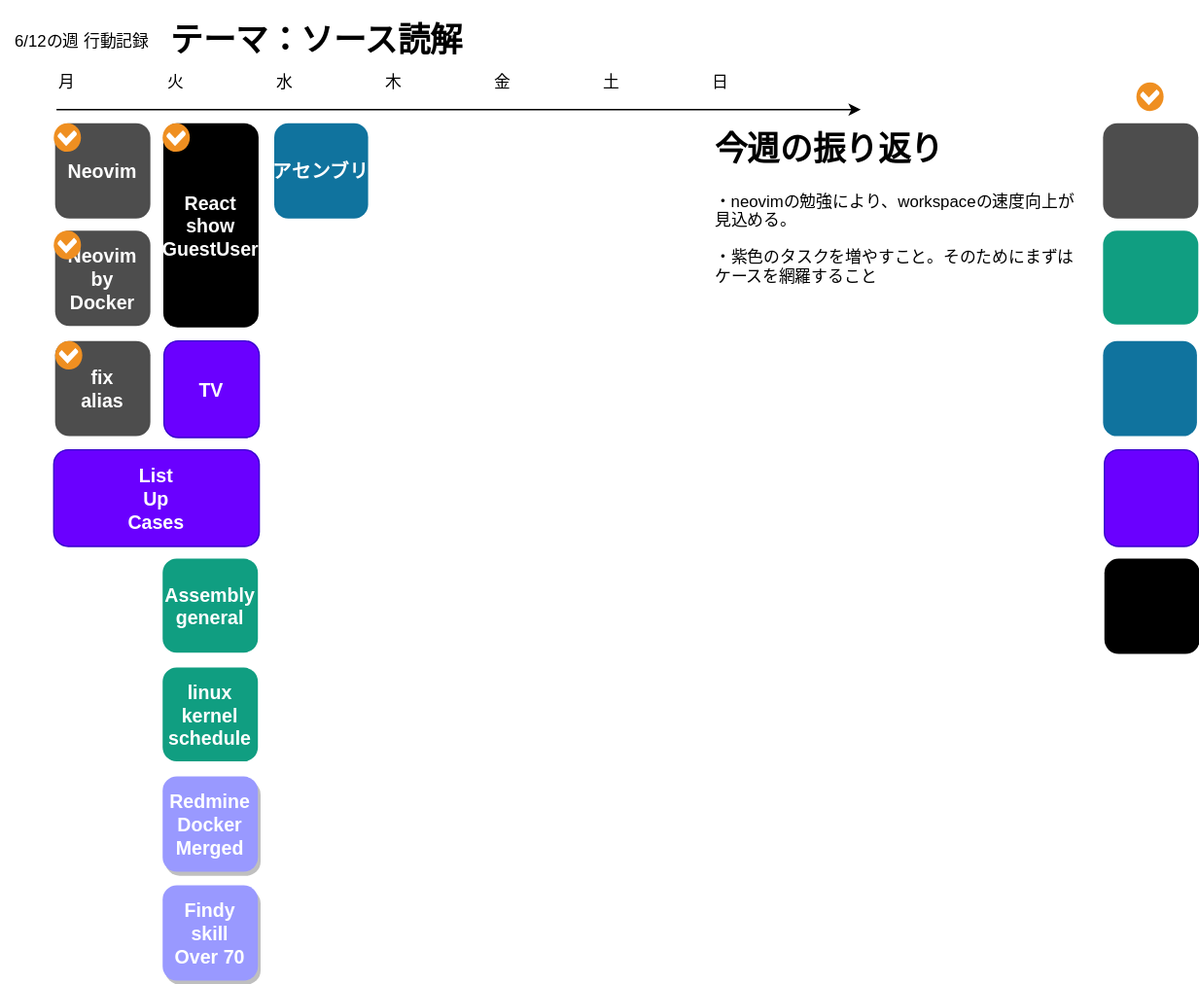
Before: 人生設計-20230703.drawio.svg, a diagram exported from draw.io (minegishirei/draw_v1). Source tidied: cells renumbered, new cells last; positions are measured from the earlier drawing's top-left corner, leaving out a move shared by most shapes.
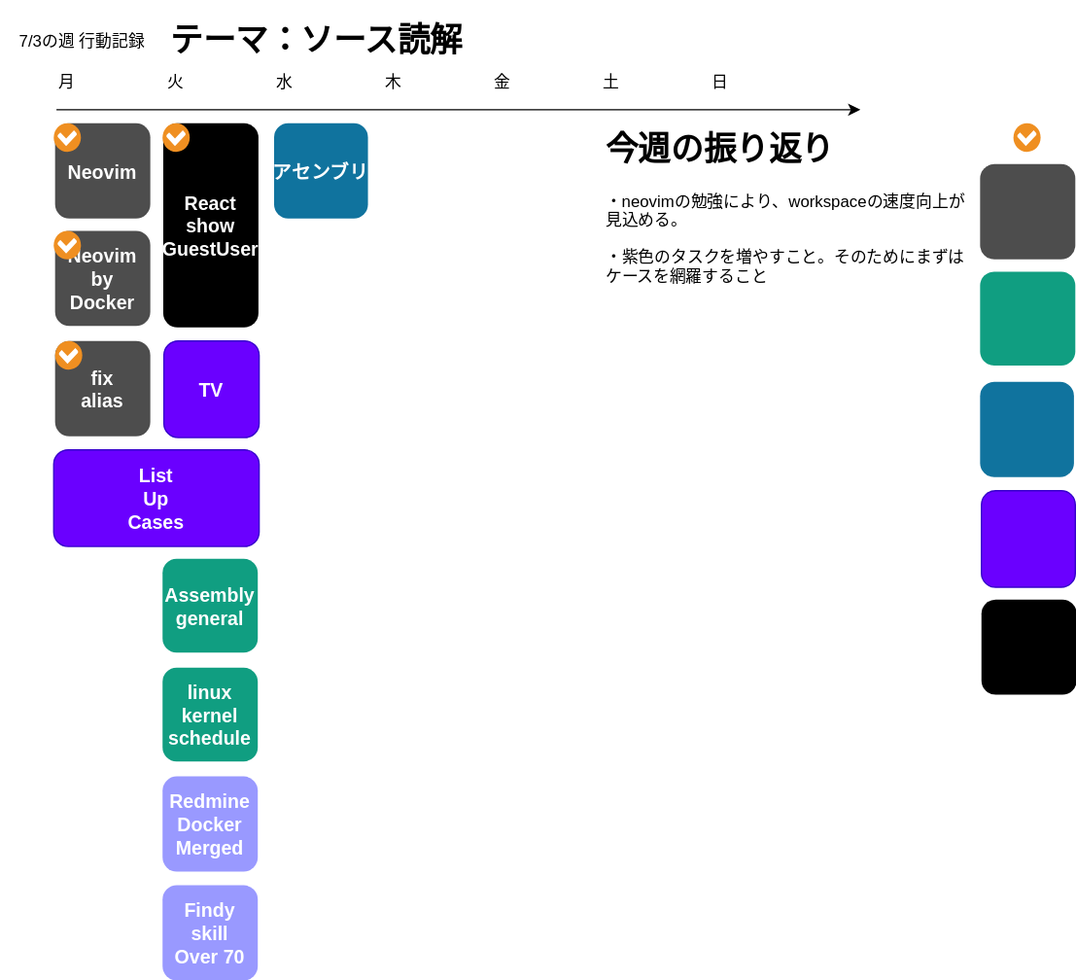
Later version of the same file.

Commit message:
人生設計-20230703.drawio.svg を追加しました。

Change to the diagram source:
```diff
@@ -23,7 +23,7 @@
     <mxCell id="8" value="月" style="text;html=1;strokeColor=none;fillColor=none;align=center;verticalAlign=middle;whiteSpace=wrap;rounded=0;shadow=0;" parent="1" vertex="1">
       <mxGeometry x="19" y="35" width="60" height="30" as="geometry" />
     </mxCell>
-    <mxCell id="9" value="6/12の週 行動記録" style="text;html=1;strokeColor=none;fillColor=none;align=center;verticalAlign=middle;whiteSpace=wrap;rounded=0;shadow=0;" parent="1" vertex="1">
+    <mxCell id="9" value="7/3の週 行動記録" style="text;html=1;strokeColor=none;fillColor=none;align=center;verticalAlign=middle;whiteSpace=wrap;rounded=0;shadow=0;" parent="1" vertex="1">
       <mxGeometry y="5" width="120" height="30" as="geometry" />
     </mxCell>
     <mxCell id="10" value="&lt;h1&gt;テーマ：ソース読解&lt;/h1&gt;" style="text;html=1;strokeColor=none;fillColor=none;spacing=5;spacingTop=-20;whiteSpace=wrap;overflow=hidden;rounded=0;shadow=0;" parent="1" vertex="1">
@@ -36,22 +36,22 @@
       </mxGeometry>
     </mxCell>
     <mxCell id="12" value="&lt;h1&gt;今週の振り返り&lt;/h1&gt;&lt;p&gt;・neovimの勉強により、workspaceの速度向上が見込める。&lt;br&gt;&lt;/p&gt;&lt;p&gt;・紫色のタスクを増やすこと。そのためにまずはケースを網羅すること&lt;/p&gt;" style="text;html=1;strokeColor=none;fillColor=none;spacing=5;spacingTop=-20;whiteSpace=wrap;overflow=hidden;rounded=0;shadow=0;" parent="1" vertex="1">
-      <mxGeometry x="520" y="80" width="280" height="190" as="geometry" />
+      <mxGeometry x="440" y="80" width="280" height="190" as="geometry" />
     </mxCell>
     <mxCell id="13" style="rounded=1;fillColor=#10739E;strokeColor=none;shadow=0;gradientColor=none;fontStyle=1;fontColor=#FFFFFF;fontSize=14;" parent="1" vertex="1">
-      <mxGeometry x="810" y="240" width="69" height="70" as="geometry" />
+      <mxGeometry x="720" y="270" width="69" height="70" as="geometry" />
     </mxCell>
     <mxCell id="14" style="rounded=1;fillColor=#109e81;strokeColor=none;shadow=0;gradientColor=none;fontStyle=1;fontColor=#FFFFFF;fontSize=14;" parent="1" vertex="1">
-      <mxGeometry x="810" y="159" width="70" height="69" as="geometry" />
+      <mxGeometry x="720" y="189" width="70" height="69" as="geometry" />
     </mxCell>
     <mxCell id="15" style="rounded=1;fillColor=#4D4D4D;strokeColor=none;shadow=0;gradientColor=none;fontStyle=1;fontColor=#FFFFFF;fontSize=14;" parent="1" vertex="1">
-      <mxGeometry x="810" y="80" width="70" height="70" as="geometry" />
+      <mxGeometry x="720" y="110" width="70" height="70" as="geometry" />
     </mxCell>
     <mxCell id="16" style="shadow=0;dashed=0;html=1;strokeColor=none;fillColor=#EF8F21;labelPosition=center;verticalLabelPosition=bottom;verticalAlign=top;align=center;shape=mxgraph.veeam.checked;" parent="1" vertex="1">
-      <mxGeometry x="834.5" y="50" width="20" height="21" as="geometry" />
+      <mxGeometry x="744.5" y="80" width="20" height="21" as="geometry" />
     </mxCell>
     <mxCell id="17" style="rounded=1;fillColor=#6a00ff;strokeColor=#3700CC;shadow=0;fontStyle=1;fontColor=#ffffff;fontSize=14;" parent="1" vertex="1">
-      <mxGeometry x="811" y="320" width="69" height="71" as="geometry" />
+      <mxGeometry x="721" y="350" width="69" height="71" as="geometry" />
     </mxCell>
     <mxCell id="18" value="Neovim" style="rounded=1;fillColor=#4D4D4D;strokeColor=none;shadow=0;gradientColor=none;fontStyle=1;fontColor=#FFFFFF;fontSize=14;" parent="1" vertex="1">
       <mxGeometry x="40" y="80" width="70" height="70" as="geometry" />
@@ -75,7 +75,7 @@
       <mxGeometry x="39" y="320" width="151" height="71" as="geometry" />
     </mxCell>
     <mxCell id="25" style="rounded=1;fillColor=#000000;strokeColor=none;shadow=0;gradientColor=none;fontStyle=1;fontColor=#FFFFFF;fontSize=14;" parent="1" vertex="1">
-      <mxGeometry x="811" y="400" width="70" height="70" as="geometry" />
+      <mxGeometry x="721" y="430" width="70" height="70" as="geometry" />
     </mxCell>
     <mxCell id="26" value="React&#10;show&#10;GuestUser" style="rounded=1;fillColor=#000000;strokeColor=none;shadow=0;gradientColor=none;fontStyle=1;fontColor=#FFFFFF;fontSize=14;" parent="1" vertex="1">
       <mxGeometry x="119.5" y="80" width="70" height="150" as="geometry" />
@@ -95,10 +95,10 @@
     <mxCell id="31" value="アセンブリ" style="rounded=1;fillColor=#10739E;strokeColor=none;shadow=0;gradientColor=none;fontStyle=1;fontColor=#FFFFFF;fontSize=14;" parent="1" vertex="1">
       <mxGeometry x="201" y="80" width="69" height="70" as="geometry" />
     </mxCell>
-    <mxCell id="32" value="Redmine&#10;Docker&#10;Merged" style="rounded=1;fillColor=#9999FF;strokeColor=none;shadow=1;gradientColor=none;fontStyle=1;fontColor=#FFFFFF;fontSize=14;" parent="1" vertex="1">
+    <mxCell id="32" value="Redmine&#10;Docker&#10;Merged" style="rounded=1;fillColor=#9999FF;strokeColor=none;shadow=0;gradientColor=none;fontStyle=1;fontColor=#FFFFFF;fontSize=14;" parent="1" vertex="1">
       <mxGeometry x="119" y="560" width="70" height="70" as="geometry" />
     </mxCell>
-    <mxCell id="33" value="Findy&#10;skill&#10;Over 70" style="rounded=1;fillColor=#9999FF;strokeColor=none;shadow=1;gradientColor=none;fontStyle=1;fontColor=#FFFFFF;fontSize=14;" parent="1" vertex="1">
+    <mxCell id="33" value="Findy&#10;skill&#10;Over 70" style="rounded=1;fillColor=#9999FF;strokeColor=none;shadow=0;gradientColor=none;fontStyle=1;fontColor=#FFFFFF;fontSize=14;" parent="1" vertex="1">
       <mxGeometry x="119" y="640" width="70" height="70" as="geometry" />
     </mxCell>
   </root>
```
